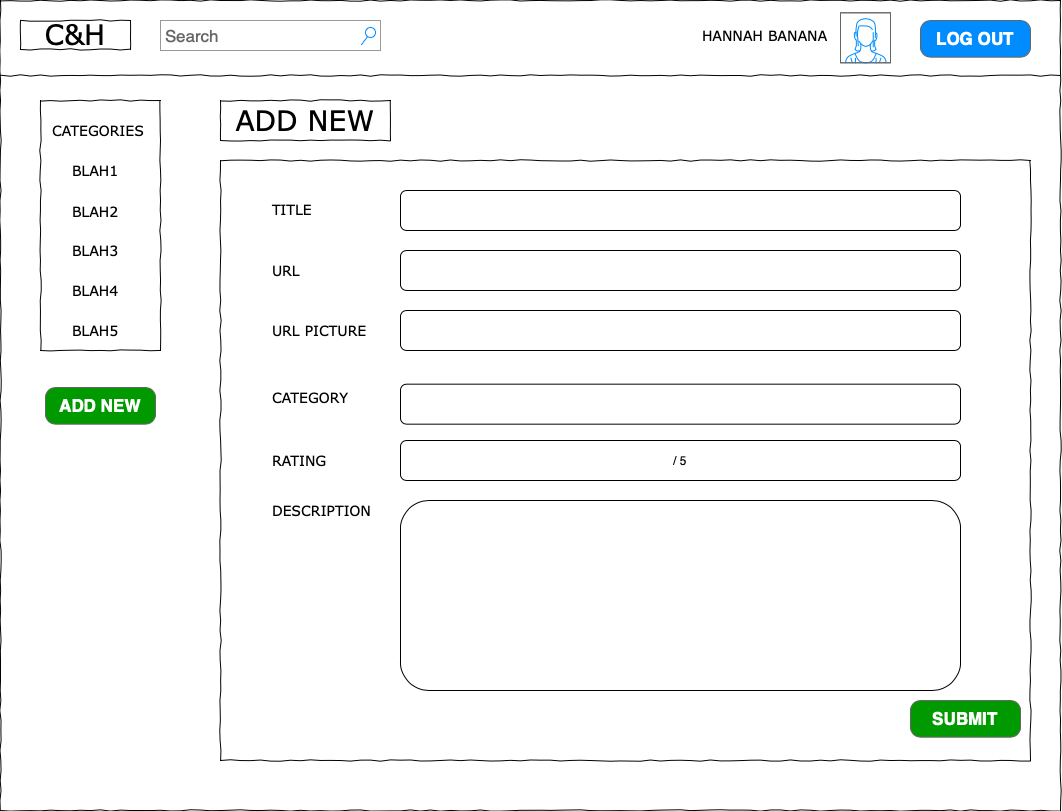
This is wireframes/7_add_new.png from hannaohandrews/resource_wall, a draw.io export, as it was before one commit. Source tidied: cells renumbered, new cells last; positions are measured from the earlier drawing's top-left corner, leaving out a move shared by most shapes. Source of this version:
```xml
<mxGraphModel background="#ffffff">
  <root>
    <mxCell id="0" />
    <mxCell id="1" parent="0" />
    <mxCell id="2" style="whiteSpace=wrap;html=1;rounded=0;shadow=0;labelBackgroundColor=none;strokeColor=#000000;strokeWidth=1;fillColor=none;fontFamily=Verdana;fontSize=12;fontColor=#000000;align=center;comic=1;" parent="1" vertex="1">
      <mxGeometry width="1060" height="810" as="geometry" />
    </mxCell>
    <mxCell id="3" value="C&amp;amp;H" style="whiteSpace=wrap;html=1;rounded=0;shadow=0;labelBackgroundColor=none;strokeWidth=1;fontFamily=Verdana;fontSize=28;align=center;comic=1;" parent="1" vertex="1">
      <mxGeometry x="20" y="20" width="110" height="28.9" as="geometry" />
    </mxCell>
    <mxCell id="4" value="Search" style="strokeWidth=1;shadow=0;dashed=0;align=center;html=1;shape=mxgraph.mockup.forms.searchBox;strokeColor=#999999;mainText=;strokeColor2=#008cff;fontColor=#666666;fontSize=17;align=left;spacingLeft=3;rounded=0;labelBackgroundColor=none;comic=1;" parent="1" vertex="1">
      <mxGeometry x="160" y="20" width="220" height="30" as="geometry" />
    </mxCell>
    <mxCell id="5" value="HANNAH BANANA" style="text;html=1;align=left;verticalAlign=top;spacingTop=-4;fontSize=14;fontFamily=Verdana;" parent="1" vertex="1">
      <mxGeometry x="700" y="25" width="120" height="20" as="geometry" />
    </mxCell>
    <mxCell id="6" style="line;strokeWidth=1;html=1;rounded=0;shadow=0;labelBackgroundColor=none;fillColor=none;fontFamily=Verdana;fontSize=14;fontColor=#000000;align=center;comic=1;" parent="1" vertex="1">
      <mxGeometry y="70" width="1060" height="10" as="geometry" />
    </mxCell>
    <mxCell id="7" value="LOG OUT" style="strokeWidth=1;shadow=0;dashed=0;align=center;html=1;shape=mxgraph.mockup.buttons.button;strokeColor=#666666;fontColor=#ffffff;mainText=;buttonStyle=round;fontSize=17;fontStyle=1;fillColor=#008cff;whiteSpace=wrap;" parent="1" vertex="1">
      <mxGeometry x="920" y="20" width="110" height="36.7" as="geometry" />
    </mxCell>
    <mxCell id="8" style="verticalLabelPosition=bottom;shadow=0;dashed=0;align=center;html=1;verticalAlign=top;strokeWidth=1;shape=mxgraph.mockup.containers.userFemale;strokeColor=#666666;strokeColor2=#008cff;" parent="1" vertex="1">
      <mxGeometry x="840" y="12.3" width="50" height="50" as="geometry" />
    </mxCell>
    <mxCell id="9" style="whiteSpace=wrap;html=1;rounded=0;shadow=0;labelBackgroundColor=none;strokeWidth=1;fillColor=none;fontFamily=Verdana;fontSize=12;align=center;comic=1;" parent="1" vertex="1">
      <mxGeometry x="220" y="160" width="810" height="600" as="geometry" />
    </mxCell>
    <mxCell id="10" value="ADD NEW" style="strokeWidth=1;shadow=0;dashed=0;align=center;html=1;shape=mxgraph.mockup.buttons.button;strokeColor=#666666;fontColor=#ffffff;mainText=;buttonStyle=round;fontSize=17;fontStyle=1;whiteSpace=wrap;fillColor=#009900;" parent="1" vertex="1">
      <mxGeometry x="45" y="387" width="110" height="36.7" as="geometry" />
    </mxCell>
    <mxCell id="11" style="group;" parent="1" vertex="1">
      <mxGeometry x="270" y="190" width="690" height="490" as="geometry" />
    </mxCell>
    <mxCell id="12" value="TITLE" style="text;html=1;align=left;verticalAlign=top;spacingTop=-4;fontSize=14;fontFamily=Verdana;" parent="11" vertex="1">
      <mxGeometry y="8.9" width="170" height="20" as="geometry" />
    </mxCell>
    <mxCell id="13" value="URL" style="text;html=1;align=left;verticalAlign=top;spacingTop=-4;fontSize=14;fontFamily=Verdana;" parent="11" vertex="1">
      <mxGeometry y="70" width="170" height="20" as="geometry" />
    </mxCell>
    <mxCell id="14" value="URL PICTURE&amp;nbsp;" style="text;html=1;align=left;verticalAlign=top;spacingTop=-4;fontSize=14;fontFamily=Verdana;" parent="11" vertex="1">
      <mxGeometry y="130" width="170" height="20" as="geometry" />
    </mxCell>
    <mxCell id="15" value="DESCRIPTION" style="text;html=1;align=left;verticalAlign=top;spacingTop=-4;fontSize=14;fontFamily=Verdana;" parent="11" vertex="1">
      <mxGeometry y="310" width="170" height="20" as="geometry" />
    </mxCell>
    <mxCell id="16" style="rounded=1;whiteSpace=wrap;html=1;" parent="11" vertex="1">
      <mxGeometry x="130" width="560" height="40" as="geometry" />
    </mxCell>
    <mxCell id="17" style="rounded=1;whiteSpace=wrap;html=1;" parent="11" vertex="1">
      <mxGeometry x="130" y="60" width="560" height="40" as="geometry" />
    </mxCell>
    <mxCell id="18" style="rounded=1;whiteSpace=wrap;html=1;" parent="11" vertex="1">
      <mxGeometry x="130" y="120" width="560" height="40" as="geometry" />
    </mxCell>
    <mxCell id="19" style="rounded=1;whiteSpace=wrap;html=1;" parent="11" vertex="1">
      <mxGeometry x="130" y="310" width="560" height="190" as="geometry" />
    </mxCell>
    <mxCell id="20" value="ADD NEW" style="whiteSpace=wrap;html=1;rounded=0;shadow=0;labelBackgroundColor=none;strokeWidth=1;fontFamily=Verdana;fontSize=28;align=center;comic=1;" parent="1" vertex="1">
      <mxGeometry x="220" y="100" width="170" height="40" as="geometry" />
    </mxCell>
    <mxCell id="21" value="CATEGORY" style="text;html=1;align=left;verticalAlign=top;spacingTop=-4;fontSize=14;fontFamily=Verdana;" parent="1" vertex="1">
      <mxGeometry x="270" y="387" width="170" height="20" as="geometry" />
    </mxCell>
    <mxCell id="22" style="rounded=1;whiteSpace=wrap;html=1;" parent="1" vertex="1">
      <mxGeometry x="400" y="383.7" width="560" height="40" as="geometry" />
    </mxCell>
    <mxCell id="23" style="group;" parent="1" vertex="1">
      <mxGeometry x="40" y="100" width="120" height="250" as="geometry" />
    </mxCell>
    <mxCell id="24" style="whiteSpace=wrap;html=1;rounded=0;shadow=0;labelBackgroundColor=none;strokeWidth=1;fillColor=none;fontFamily=Verdana;fontSize=12;align=center;comic=1;" parent="23" vertex="1">
      <mxGeometry width="120" height="250" as="geometry" />
    </mxCell>
    <mxCell id="25" value="CATEGORIES" style="text;html=1;align=left;verticalAlign=top;spacingTop=-4;fontSize=14;fontFamily=Verdana;" parent="23" vertex="1">
      <mxGeometry x="10" y="20" width="60" height="20" as="geometry" />
    </mxCell>
    <mxCell id="26" value="BLAH1" style="text;html=1;align=left;verticalAlign=top;spacingTop=-4;fontSize=14;fontFamily=Verdana;" parent="23" vertex="1">
      <mxGeometry x="30" y="60" width="60" height="20" as="geometry" />
    </mxCell>
    <mxCell id="27" value="BLAH2" style="text;html=1;align=left;verticalAlign=top;spacingTop=-4;fontSize=14;fontFamily=Verdana;" parent="23" vertex="1">
      <mxGeometry x="30" y="101.2" width="60" height="20" as="geometry" />
    </mxCell>
    <mxCell id="28" value="BLAH3" style="text;html=1;align=left;verticalAlign=top;spacingTop=-4;fontSize=14;fontFamily=Verdana;" parent="23" vertex="1">
      <mxGeometry x="30" y="140" width="60" height="20" as="geometry" />
    </mxCell>
    <mxCell id="29" value="BLAH4" style="text;html=1;align=left;verticalAlign=top;spacingTop=-4;fontSize=14;fontFamily=Verdana;" parent="23" vertex="1">
      <mxGeometry x="30" y="180" width="60" height="20" as="geometry" />
    </mxCell>
    <mxCell id="30" value="BLAH5" style="text;html=1;align=left;verticalAlign=top;spacingTop=-4;fontSize=14;fontFamily=Verdana;" parent="23" vertex="1">
      <mxGeometry x="30" y="220" width="60" height="20" as="geometry" />
    </mxCell>
    <mxCell id="31" value="SUBMIT" style="strokeWidth=1;shadow=0;dashed=0;align=center;html=1;shape=mxgraph.mockup.buttons.button;strokeColor=#666666;fontColor=#ffffff;mainText=;buttonStyle=round;fontSize=17;fontStyle=1;whiteSpace=wrap;fillColor=#009900;" parent="1" vertex="1">
      <mxGeometry x="910" y="700" width="110" height="36.7" as="geometry" />
    </mxCell>
    <mxCell id="32" value="RATING" style="text;html=1;align=left;verticalAlign=top;spacingTop=-4;fontSize=14;fontFamily=Verdana;" parent="1" vertex="1">
      <mxGeometry x="270" y="450" width="170" height="20" as="geometry" />
    </mxCell>
    <mxCell id="33" value="/ 5" style="rounded=1;whiteSpace=wrap;html=1;" parent="1" vertex="1">
      <mxGeometry x="400" y="440" width="560" height="40" as="geometry" />
    </mxCell>
  </root>
</mxGraphModel>
```
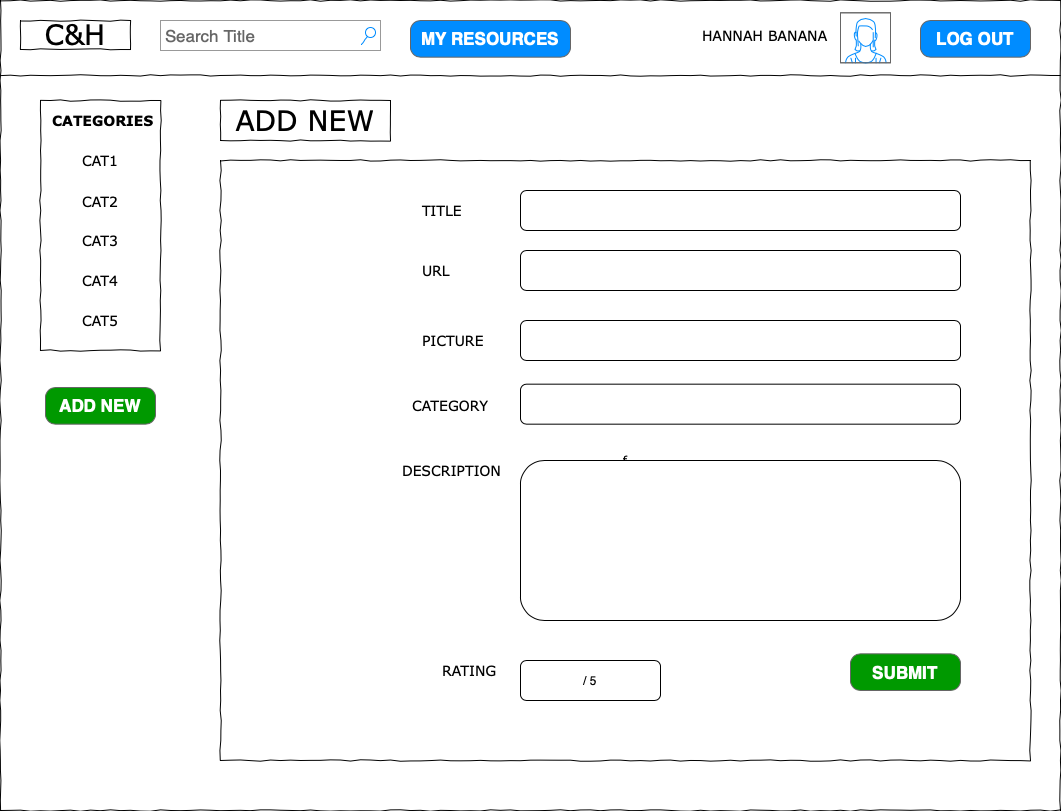
Above is the later version.

Change to the diagram source:
```diff
@@ -8,7 +8,7 @@
     <mxCell id="3" value="C&amp;amp;H" style="whiteSpace=wrap;html=1;rounded=0;shadow=0;labelBackgroundColor=none;strokeWidth=1;fontFamily=Verdana;fontSize=28;align=center;comic=1;" parent="1" vertex="1">
       <mxGeometry x="20" y="20" width="110" height="28.9" as="geometry" />
     </mxCell>
-    <mxCell id="4" value="Search" style="strokeWidth=1;shadow=0;dashed=0;align=center;html=1;shape=mxgraph.mockup.forms.searchBox;strokeColor=#999999;mainText=;strokeColor2=#008cff;fontColor=#666666;fontSize=17;align=left;spacingLeft=3;rounded=0;labelBackgroundColor=none;comic=1;" parent="1" vertex="1">
+    <mxCell id="4" value="Search Title" style="strokeWidth=1;shadow=0;dashed=0;align=center;html=1;shape=mxgraph.mockup.forms.searchBox;strokeColor=#999999;mainText=;strokeColor2=#008cff;fontColor=#666666;fontSize=17;align=left;spacingLeft=3;rounded=0;labelBackgroundColor=none;comic=1;" parent="1" vertex="1">
       <mxGeometry x="160" y="20" width="220" height="30" as="geometry" />
     </mxCell>
     <mxCell id="5" value="HANNAH BANANA" style="text;html=1;align=left;verticalAlign=top;spacingTop=-4;fontSize=14;fontFamily=Verdana;" parent="1" vertex="1">
@@ -23,47 +23,47 @@
     <mxCell id="8" style="verticalLabelPosition=bottom;shadow=0;dashed=0;align=center;html=1;verticalAlign=top;strokeWidth=1;shape=mxgraph.mockup.containers.userFemale;strokeColor=#666666;strokeColor2=#008cff;" parent="1" vertex="1">
       <mxGeometry x="840" y="12.3" width="50" height="50" as="geometry" />
     </mxCell>
-    <mxCell id="9" style="whiteSpace=wrap;html=1;rounded=0;shadow=0;labelBackgroundColor=none;strokeWidth=1;fillColor=none;fontFamily=Verdana;fontSize=12;align=center;comic=1;" parent="1" vertex="1">
+    <mxCell id="9" value="f" style="whiteSpace=wrap;html=1;rounded=0;shadow=0;labelBackgroundColor=none;strokeWidth=1;fillColor=none;fontFamily=Verdana;fontSize=12;align=center;comic=1;" parent="1" vertex="1">
       <mxGeometry x="220" y="160" width="810" height="600" as="geometry" />
     </mxCell>
     <mxCell id="10" value="ADD NEW" style="strokeWidth=1;shadow=0;dashed=0;align=center;html=1;shape=mxgraph.mockup.buttons.button;strokeColor=#666666;fontColor=#ffffff;mainText=;buttonStyle=round;fontSize=17;fontStyle=1;whiteSpace=wrap;fillColor=#009900;" parent="1" vertex="1">
       <mxGeometry x="45" y="387" width="110" height="36.7" as="geometry" />
     </mxCell>
     <mxCell id="11" style="group;" parent="1" vertex="1">
-      <mxGeometry x="270" y="190" width="690" height="490" as="geometry" />
+      <mxGeometry x="270" y="190" width="690" height="500" as="geometry" />
     </mxCell>
     <mxCell id="12" value="TITLE" style="text;html=1;align=left;verticalAlign=top;spacingTop=-4;fontSize=14;fontFamily=Verdana;" parent="11" vertex="1">
-      <mxGeometry y="8.9" width="170" height="20" as="geometry" />
+      <mxGeometry x="150" y="10" width="170" height="20" as="geometry" />
     </mxCell>
     <mxCell id="13" value="URL" style="text;html=1;align=left;verticalAlign=top;spacingTop=-4;fontSize=14;fontFamily=Verdana;" parent="11" vertex="1">
-      <mxGeometry y="70" width="170" height="20" as="geometry" />
+      <mxGeometry x="150" y="70" width="170" height="20" as="geometry" />
     </mxCell>
-    <mxCell id="14" value="URL PICTURE&amp;nbsp;" style="text;html=1;align=left;verticalAlign=top;spacingTop=-4;fontSize=14;fontFamily=Verdana;" parent="11" vertex="1">
-      <mxGeometry y="130" width="170" height="20" as="geometry" />
+    <mxCell id="14" value="PICTURE" style="text;html=1;align=left;verticalAlign=top;spacingTop=-4;fontSize=14;fontFamily=Verdana;" parent="11" vertex="1">
+      <mxGeometry x="150" y="140" width="170" height="20" as="geometry" />
     </mxCell>
     <mxCell id="15" value="DESCRIPTION" style="text;html=1;align=left;verticalAlign=top;spacingTop=-4;fontSize=14;fontFamily=Verdana;" parent="11" vertex="1">
-      <mxGeometry y="310" width="170" height="20" as="geometry" />
+      <mxGeometry x="130" y="270" width="170" height="20" as="geometry" />
     </mxCell>
     <mxCell id="16" style="rounded=1;whiteSpace=wrap;html=1;" parent="11" vertex="1">
-      <mxGeometry x="130" width="560" height="40" as="geometry" />
+      <mxGeometry x="250" width="440" height="40" as="geometry" />
     </mxCell>
     <mxCell id="17" style="rounded=1;whiteSpace=wrap;html=1;" parent="11" vertex="1">
-      <mxGeometry x="130" y="60" width="560" height="40" as="geometry" />
+      <mxGeometry x="250" y="60" width="440" height="40" as="geometry" />
     </mxCell>
     <mxCell id="18" style="rounded=1;whiteSpace=wrap;html=1;" parent="11" vertex="1">
-      <mxGeometry x="130" y="120" width="560" height="40" as="geometry" />
+      <mxGeometry x="250" y="130" width="440" height="40" as="geometry" />
     </mxCell>
     <mxCell id="19" style="rounded=1;whiteSpace=wrap;html=1;" parent="11" vertex="1">
-      <mxGeometry x="130" y="310" width="560" height="190" as="geometry" />
+      <mxGeometry x="250" y="270" width="440" height="160" as="geometry" />
     </mxCell>
     <mxCell id="20" value="ADD NEW" style="whiteSpace=wrap;html=1;rounded=0;shadow=0;labelBackgroundColor=none;strokeWidth=1;fontFamily=Verdana;fontSize=28;align=center;comic=1;" parent="1" vertex="1">
       <mxGeometry x="220" y="100" width="170" height="40" as="geometry" />
     </mxCell>
     <mxCell id="21" value="CATEGORY" style="text;html=1;align=left;verticalAlign=top;spacingTop=-4;fontSize=14;fontFamily=Verdana;" parent="1" vertex="1">
-      <mxGeometry x="270" y="387" width="170" height="20" as="geometry" />
+      <mxGeometry x="410" y="395" width="170" height="20" as="geometry" />
     </mxCell>
     <mxCell id="22" style="rounded=1;whiteSpace=wrap;html=1;" parent="1" vertex="1">
-      <mxGeometry x="400" y="383.7" width="560" height="40" as="geometry" />
+      <mxGeometry x="520" y="383.7" width="440" height="40" as="geometry" />
     </mxCell>
     <mxCell id="23" style="group;" parent="1" vertex="1">
       <mxGeometry x="40" y="100" width="120" height="250" as="geometry" />
@@ -71,32 +71,38 @@
     <mxCell id="24" style="whiteSpace=wrap;html=1;rounded=0;shadow=0;labelBackgroundColor=none;strokeWidth=1;fillColor=none;fontFamily=Verdana;fontSize=12;align=center;comic=1;" parent="23" vertex="1">
       <mxGeometry width="120" height="250" as="geometry" />
     </mxCell>
-    <mxCell id="25" value="CATEGORIES" style="text;html=1;align=left;verticalAlign=top;spacingTop=-4;fontSize=14;fontFamily=Verdana;" parent="23" vertex="1">
-      <mxGeometry x="10" y="20" width="60" height="20" as="geometry" />
+    <mxCell id="25" value="&lt;b&gt;CATEGORIES&lt;/b&gt;" style="text;html=1;align=left;verticalAlign=top;spacingTop=-4;fontSize=14;fontFamily=Verdana;" parent="23" vertex="1">
+      <mxGeometry x="10" y="10" width="60" height="20" as="geometry" />
     </mxCell>
-    <mxCell id="26" value="BLAH1" style="text;html=1;align=left;verticalAlign=top;spacingTop=-4;fontSize=14;fontFamily=Verdana;" parent="23" vertex="1">
-      <mxGeometry x="30" y="60" width="60" height="20" as="geometry" />
-    </mxCell>
-    <mxCell id="27" value="BLAH2" style="text;html=1;align=left;verticalAlign=top;spacingTop=-4;fontSize=14;fontFamily=Verdana;" parent="23" vertex="1">
-      <mxGeometry x="30" y="101.2" width="60" height="20" as="geometry" />
-    </mxCell>
-    <mxCell id="28" value="BLAH3" style="text;html=1;align=left;verticalAlign=top;spacingTop=-4;fontSize=14;fontFamily=Verdana;" parent="23" vertex="1">
-      <mxGeometry x="30" y="140" width="60" height="20" as="geometry" />
-    </mxCell>
-    <mxCell id="29" value="BLAH4" style="text;html=1;align=left;verticalAlign=top;spacingTop=-4;fontSize=14;fontFamily=Verdana;" parent="23" vertex="1">
-      <mxGeometry x="30" y="180" width="60" height="20" as="geometry" />
-    </mxCell>
-    <mxCell id="30" value="BLAH5" style="text;html=1;align=left;verticalAlign=top;spacingTop=-4;fontSize=14;fontFamily=Verdana;" parent="23" vertex="1">
-      <mxGeometry x="30" y="220" width="60" height="20" as="geometry" />
-    </mxCell>
+    <mxCell id="34" style="group;" parent="23" vertex="1">
+      <mxGeometry x="40" y="50" width="60" height="180" as="geometry" />
+    </mxCell>
+    <mxCell id="35" value="CAT1" style="text;html=1;align=left;verticalAlign=top;spacingTop=-4;fontSize=14;fontFamily=Verdana;" parent="34" vertex="1">
+      <mxGeometry width="60" height="20" as="geometry" />
+    </mxCell>
+    <mxCell id="36" value="CAT2" style="text;html=1;align=left;verticalAlign=top;spacingTop=-4;fontSize=14;fontFamily=Verdana;" parent="34" vertex="1">
+      <mxGeometry y="41.2" width="60" height="20" as="geometry" />
+    </mxCell>
+    <mxCell id="37" value="CAT3" style="text;html=1;align=left;verticalAlign=top;spacingTop=-4;fontSize=14;fontFamily=Verdana;" parent="34" vertex="1">
+      <mxGeometry y="80" width="60" height="20" as="geometry" />
+    </mxCell>
+    <mxCell id="38" value="CAT4" style="text;html=1;align=left;verticalAlign=top;spacingTop=-4;fontSize=14;fontFamily=Verdana;" parent="34" vertex="1">
+      <mxGeometry y="120" width="60" height="20" as="geometry" />
+    </mxCell>
+    <mxCell id="39" value="CAT5" style="text;html=1;align=left;verticalAlign=top;spacingTop=-4;fontSize=14;fontFamily=Verdana;" parent="34" vertex="1">
+      <mxGeometry y="160" width="60" height="20" as="geometry" />
+    </mxCell>
     <mxCell id="31" value="SUBMIT" style="strokeWidth=1;shadow=0;dashed=0;align=center;html=1;shape=mxgraph.mockup.buttons.button;strokeColor=#666666;fontColor=#ffffff;mainText=;buttonStyle=round;fontSize=17;fontStyle=1;whiteSpace=wrap;fillColor=#009900;" parent="1" vertex="1">
-      <mxGeometry x="910" y="700" width="110" height="36.7" as="geometry" />
+      <mxGeometry x="850" y="653.3" width="110" height="36.7" as="geometry" />
     </mxCell>
     <mxCell id="32" value="RATING" style="text;html=1;align=left;verticalAlign=top;spacingTop=-4;fontSize=14;fontFamily=Verdana;" parent="1" vertex="1">
-      <mxGeometry x="270" y="450" width="170" height="20" as="geometry" />
+      <mxGeometry x="440" y="660" width="170" height="20" as="geometry" />
     </mxCell>
     <mxCell id="33" value="/ 5" style="rounded=1;whiteSpace=wrap;html=1;" parent="1" vertex="1">
-      <mxGeometry x="400" y="440" width="560" height="40" as="geometry" />
+      <mxGeometry x="520" y="660" width="140" height="40" as="geometry" />
     </mxCell>
+    <mxCell id="40" value="MY RESOURCES" style="strokeWidth=1;shadow=0;dashed=0;align=center;html=1;shape=mxgraph.mockup.buttons.button;strokeColor=#666666;fontColor=#ffffff;mainText=;buttonStyle=round;fontSize=17;fontStyle=1;fillColor=#008cff;whiteSpace=wrap;" parent="1" vertex="1">
+      <mxGeometry x="410" y="20" width="160" height="36.7" as="geometry" />
+    </mxCell>
   </root>
 </mxGraphModel>
```
